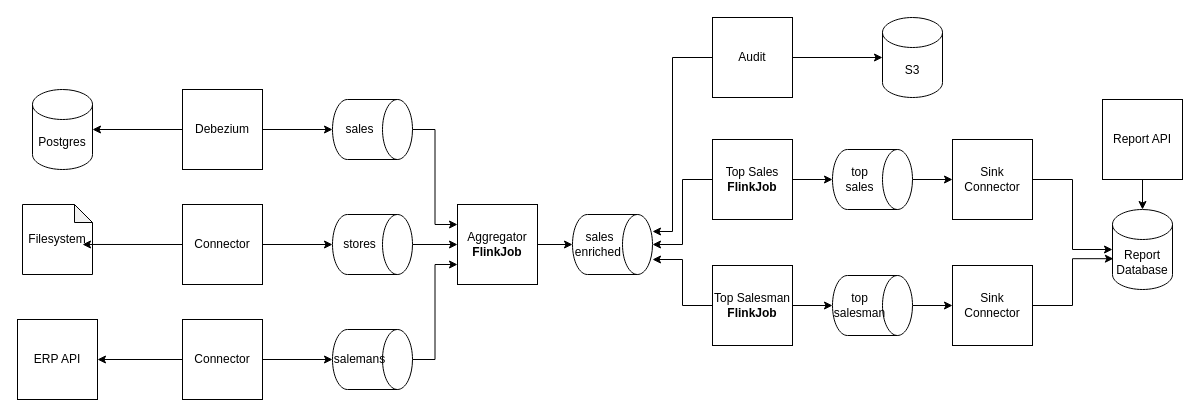
brunohaetinger/green-team keeps this draw.io diagram as 2026-03-23-data-kata/docs/Kata - Data Architecture.drawio. Above is the earlier version. Source tidied: cells renumbered, new cells numbered last; positions are measured from the earlier drawing's top-left corner, leaving out a move shared by most shapes. Both pictures are drawn from the tidied source at 100%, with x=0, y=0 at pixel (17, 17).
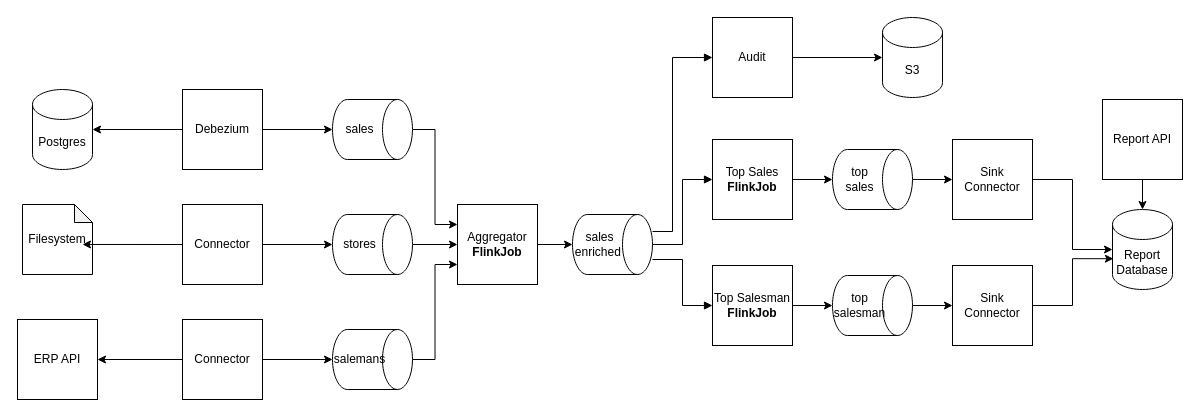
After the change.

Commit message (it also covers changes not shown here):
fix topic names

The change refers to these unchanged cells:
```xml
<mxCell id="22" value="sales enriched&amp;nbsp;" style="shape=cylinder3;whiteSpace=wrap;html=1;boundedLbl=1;backgroundOutline=1;size=15;rotation=90;horizontal=0;" parent="1" vertex="1">
  <mxGeometry x="565" y="187" width="60" height="80" as="geometry" />
</mxCell>
<mxCell id="24" value="Top Sales&lt;br&gt;&lt;b&gt;FlinkJob&lt;/b&gt;" style="whiteSpace=wrap;html=1;" parent="1" vertex="1">
  <mxGeometry x="695" y="122" width="80" height="80" as="geometry" />
</mxCell>
<mxCell id="25" value="Top Salesman&lt;br&gt;&lt;b&gt;FlinkJob&lt;/b&gt;" style="whiteSpace=wrap;html=1;" parent="1" vertex="1">
  <mxGeometry x="695" y="248" width="80" height="80" as="geometry" />
</mxCell>
<mxCell id="37" value="Audit" style="whiteSpace=wrap;html=1;" parent="1" vertex="1">
  <mxGeometry x="695" width="80" height="80" as="geometry" />
</mxCell>
```

The edit, as a diff of the source:
```diff
@@
-    <mxCell id="42" style="edgeStyle=orthogonalEdgeStyle;rounded=0;jettySize=auto;html=1;entryX=0.283;entryY=0;entryDx=0;entryDy=0;entryPerimeter=0;exitX=0;exitY=0.5;exitDx=0;exitDy=0;" parent="1" edge="1" source="37" target="22">
+    <mxCell id="42" style="edgeStyle=orthogonalEdgeStyle;rounded=0;jettySize=auto;html=1;entryX=0.283;entryY=0;entryDx=0;entryDy=0;entryPerimeter=0;exitX=0;exitY=0.5;exitDx=0;exitDy=0;startArrow=block;startFill=1;endArrow=none;endFill=0;" parent="1" edge="1" source="37" target="22">
       <mxGeometry relative="1" as="geometry">
         <Array as="points">
           <mxPoint x="655" y="40" />
           <mxPoint x="655" y="214" />
         </Array>
       </mxGeometry>
     </mxCell>
-    <mxCell id="43" style="edgeStyle=orthogonalEdgeStyle;rounded=0;jettySize=auto;html=1;entryX=0.5;entryY=0;entryDx=0;entryDy=0;entryPerimeter=0;" parent="1" edge="1" source="24" target="22">
+    <mxCell id="43" style="edgeStyle=orthogonalEdgeStyle;rounded=0;jettySize=auto;html=1;entryX=0.5;entryY=0;entryDx=0;entryDy=0;entryPerimeter=0;startArrow=block;startFill=1;endArrow=none;endFill=0;" parent="1" edge="1" source="24" target="22">
       <mxGeometry relative="1" as="geometry" />
     </mxCell>
-    <mxCell id="44" style="edgeStyle=orthogonalEdgeStyle;rounded=0;jettySize=auto;html=1;entryX=0.75;entryY=0;entryDx=0;entryDy=0;entryPerimeter=0;" parent="1" edge="1" source="25" target="22">
+    <mxCell id="44" style="edgeStyle=orthogonalEdgeStyle;rounded=0;jettySize=auto;html=1;entryX=0.75;entryY=0;entryDx=0;entryDy=0;entryPerimeter=0;startArrow=block;startFill=1;endArrow=none;endFill=0;" parent="1" edge="1" source="25" target="22">
       <mxGeometry relative="1" as="geometry" />
     </mxCell>
```
